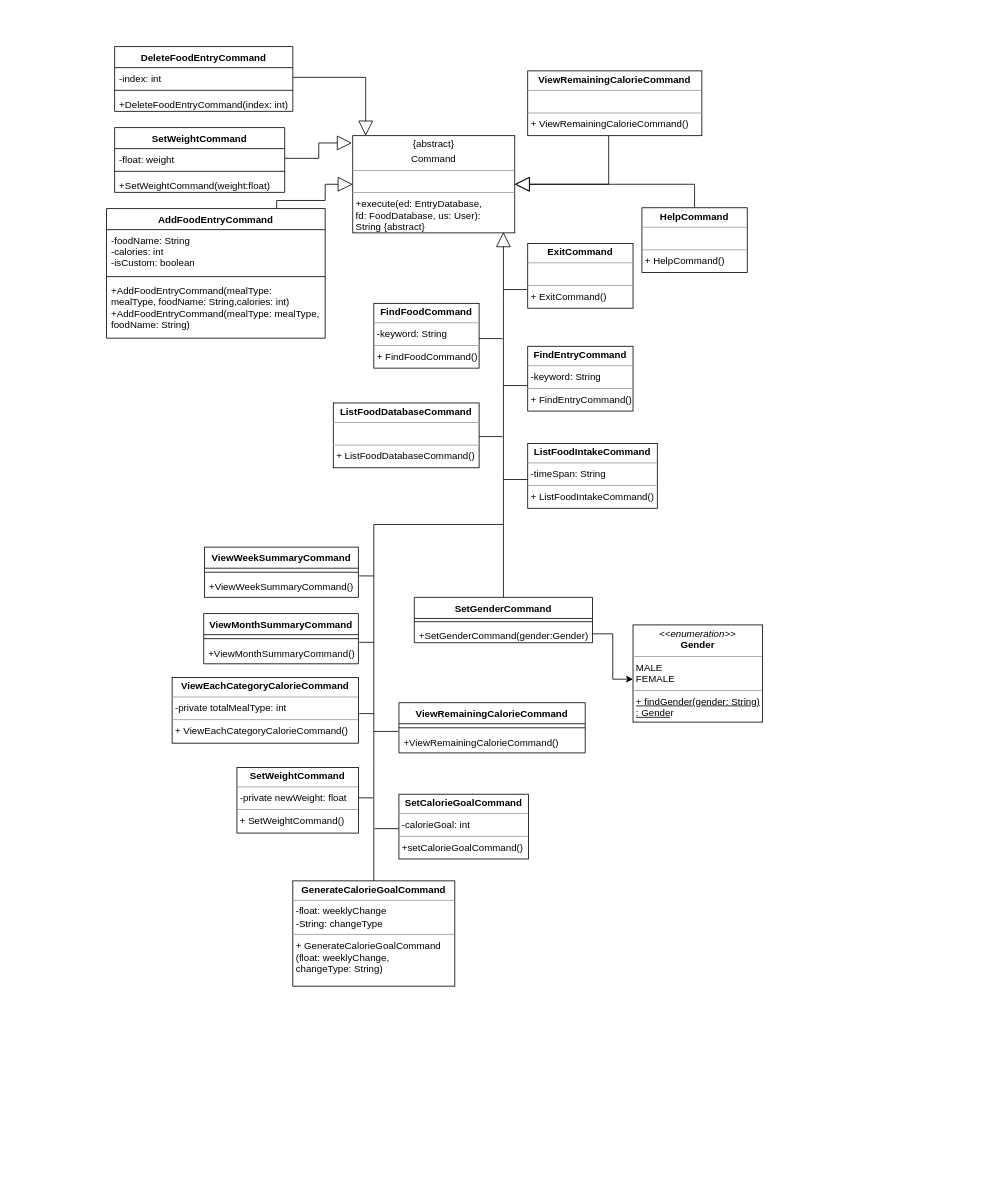
This is docs/diagrams/command class diagram.drawio from praj-bellakka/tp, a draw.io file, before an edit. Source tidied: cells renumbered, new cells numbered last; positions are measured from the earlier drawing's top-left corner, leaving out a move shared by most shapes. Both pictures are drawn from the tidied source at 81%, with x=0, y=0 at pixel (106, 46).
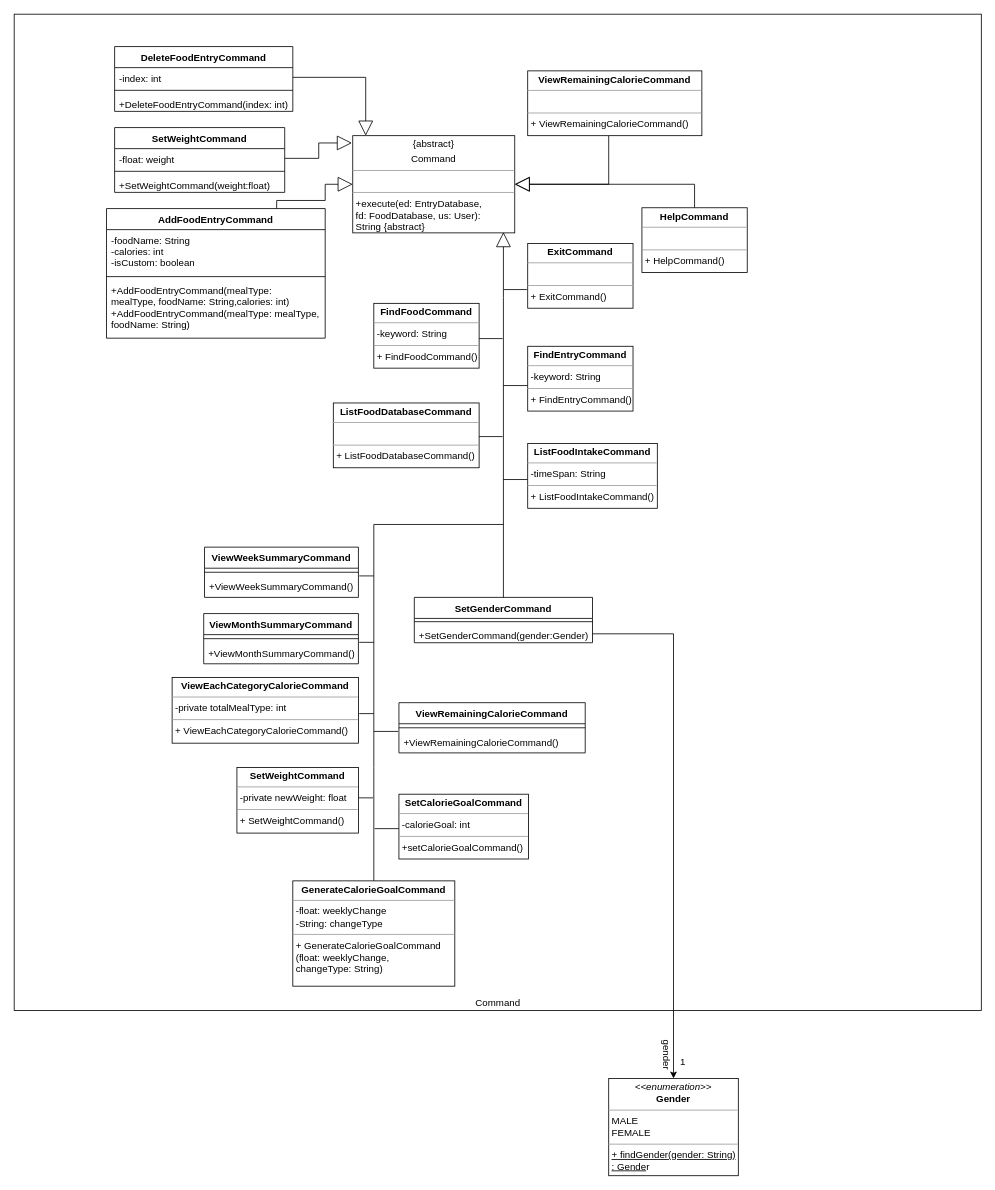
Above is the later version.

Commit message (it also covers changes not shown here):
add tracker class diagram

Unchanged cells that the change refers to:
```xml
<mxCell id="17" value="+SetGenderCommand(gender:Gender)" style="text;strokeColor=none;fillColor=none;align=left;verticalAlign=top;spacingLeft=4;spacingRight=4;overflow=hidden;points=[[0,0.5],[1,0.5]];portConstraint=eastwest;" parent="15" vertex="1">
  <mxGeometry y="34" width="220" height="22" as="geometry" />
</mxCell>
```

Diff of the diagram source:
```diff
@@
+    <mxCell id="58" value="Command" style="html=1;verticalAlign=bottom;" parent="1" vertex="1">
+      <mxGeometry x="-114" y="-40" width="1194" height="1230" as="geometry" />
+    </mxCell>
@@
     <mxCell id="18" value="&lt;p style=&quot;margin: 0px ; margin-top: 4px ; text-align: center&quot;&gt;&lt;i&gt;&amp;lt;&amp;lt;enumeration&amp;gt;&amp;gt;&lt;/i&gt;&lt;br&gt;&lt;b&gt;Gender&lt;/b&gt;&lt;/p&gt;&lt;hr size=&quot;1&quot;&gt;&lt;p style=&quot;margin: 0px ; margin-left: 4px&quot;&gt;MALE&lt;br&gt;FEMALE&lt;/p&gt;&lt;hr size=&quot;1&quot;&gt;&lt;p style=&quot;margin: 0px ; margin-left: 4px&quot;&gt;&lt;u&gt;+ findGender(gender: String)&lt;/u&gt;&lt;/p&gt;&lt;p style=&quot;margin: 0px ; margin-left: 4px&quot;&gt;&lt;u&gt;: Gende&lt;/u&gt;r&lt;/p&gt;" style="verticalAlign=top;align=left;overflow=fill;fontSize=12;fontFamily=Helvetica;html=1;" parent="1" vertex="1">
-      <mxGeometry x="650" y="714" width="160" height="120" as="geometry" />
+      <mxGeometry x="620" y="1274" width="160" height="120" as="geometry" />
     </mxCell>
@@
-    <mxCell id="26" style="edgeStyle=orthogonalEdgeStyle;rounded=0;jettySize=auto;html=1;entryX=0;entryY=0.558;entryDx=0;entryDy=0;entryPerimeter=0;" parent="1" edge="1" source="17" target="18">
-      <mxGeometry relative="1" as="geometry" />
-    </mxCell>
@@
+    <mxCell id="26" style="edgeStyle=orthogonalEdgeStyle;rounded=0;jettySize=auto;html=1;entryX=0.5;entryY=0;entryDx=0;entryDy=0;" parent="1" edge="1" source="17" target="18">
+      <mxGeometry relative="1" as="geometry" />
+    </mxCell>
+    <mxCell id="59" value="1" style="text;html=1;strokeColor=none;fillColor=none;align=center;verticalAlign=middle;whiteSpace=wrap;rounded=0;" parent="1" vertex="1">
+      <mxGeometry x="682" y="1239" width="60" height="30" as="geometry" />
+    </mxCell>
+    <mxCell id="60" value="gender" style="text;html=1;strokeColor=none;fillColor=none;align=center;verticalAlign=middle;whiteSpace=wrap;rounded=0;rotation=90;" parent="1" vertex="1">
+      <mxGeometry x="661" y="1230" width="60" height="30" as="geometry" />
+    </mxCell>
```
